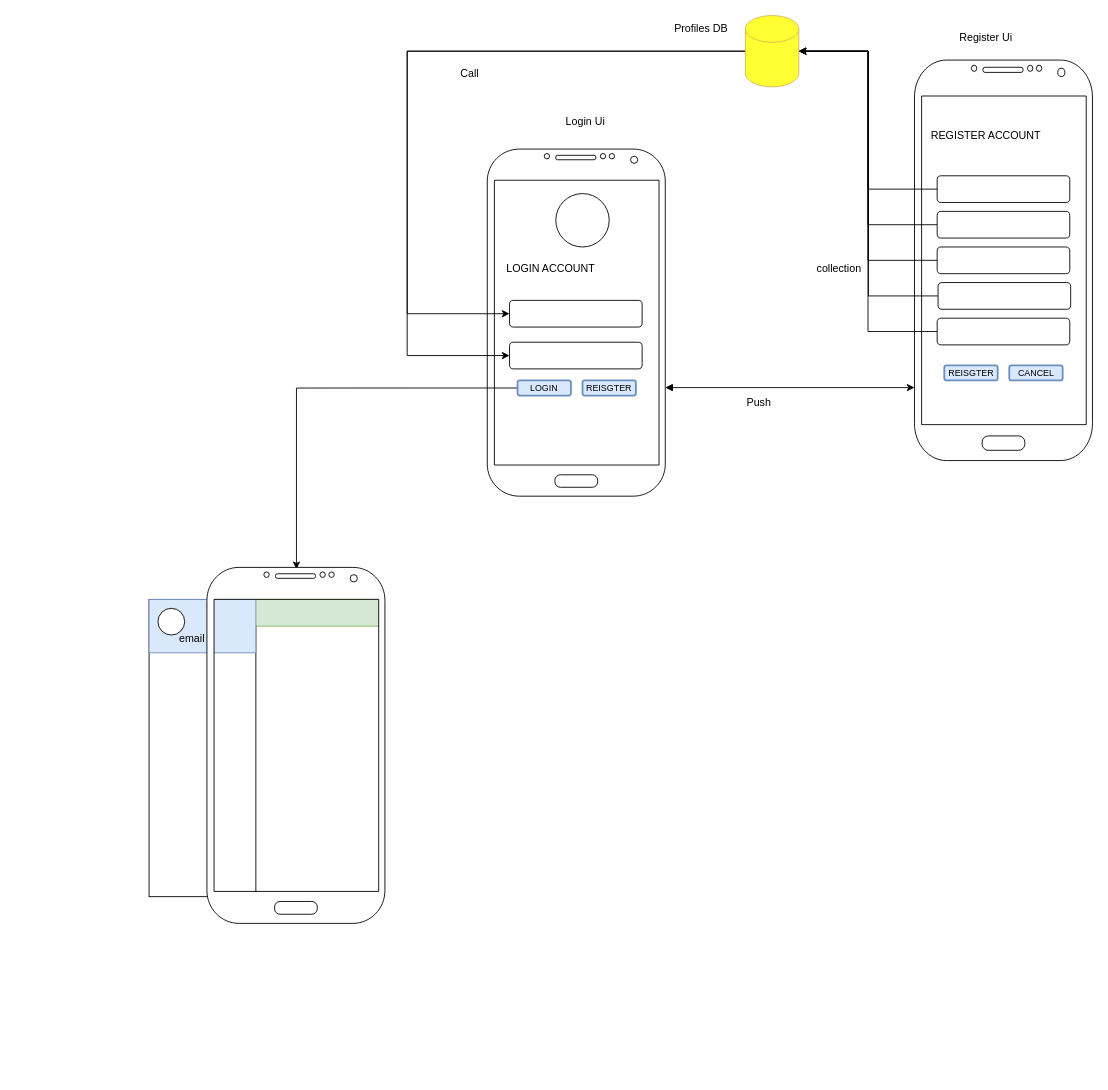
Earlier version of the draw.io diagram Untitled Diagram.drawio (Thongek-wpm/flutter_application_demo). Source tidied: cells renumbered, new cells numbered last; positions are measured from the earlier drawing's top-left corner, leaving out a move shared by most shapes. Both pictures are drawn from the tidied source at 89%, with x=0, y=0 at pixel (149, 15).
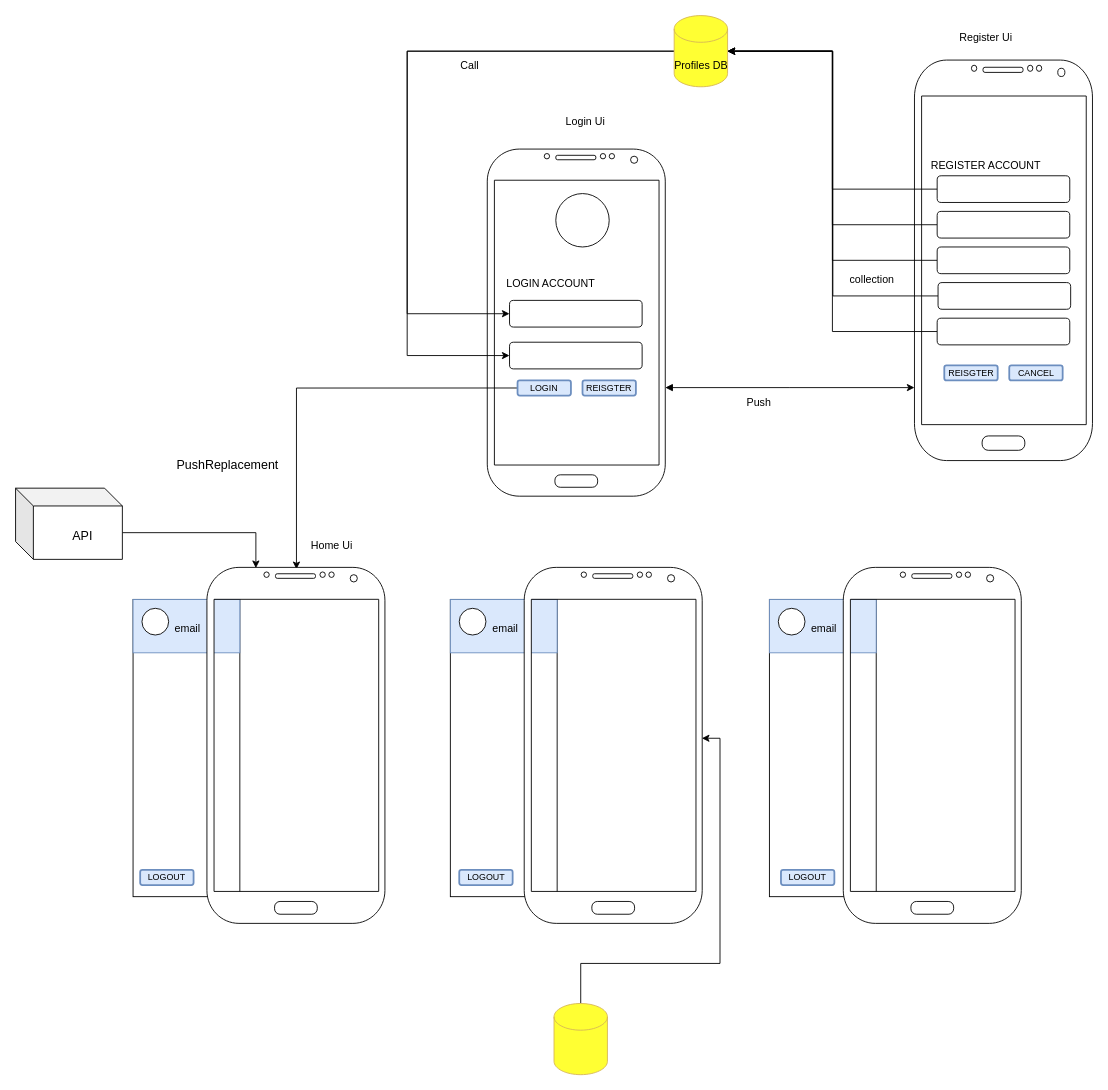
After the change.

Unchanged cells that the change refers to:
```xml
<mxCell id="38" style="verticalLabelPosition=bottom;verticalAlign=top;html=1;shadow=0;dashed=0;strokeWidth=1;shape=mxgraph.android.phone2;strokeColor=#000000;" parent="1" vertex="1">
  <mxGeometry x="65" y="620" width="200" height="400" as="geometry" />
</mxCell>
```

The edit, as a diff of the source:
```diff
@@
     <mxCell id="3" value="LOGIN ACCOUNT&lt;br&gt;" style="text;html=1;align=center;verticalAlign=middle;strokeColor=none;fillColor=none;" parent="1" vertex="1">
-      <mxGeometry x="391" y="270" width="120" height="30" as="geometry" />
+      <mxGeometry x="391" y="286" width="120" height="30" as="geometry" />
     </mxCell>
@@
     <mxCell id="14" style="shape=cylinder3;whiteSpace=wrap;html=1;boundedLbl=1;backgroundOutline=1;size=15;strokeColor=#d6b656;fillColor=#FFFF33;" parent="1" vertex="1">
-      <mxGeometry x="670" width="60" height="80" as="geometry" />
+      <mxGeometry x="590" width="60" height="80" as="geometry" />
     </mxCell>
     <mxCell id="15" value="Profiles DB" style="text;html=1;align=center;verticalAlign=middle;strokeColor=none;fillColor=none;" parent="1" vertex="1">
-      <mxGeometry x="580" width="80" height="30" as="geometry" />
+      <mxGeometry x="580" y="41" width="80" height="30" as="geometry" />
     </mxCell>
@@
     <mxCell id="18" value="Call" style="text;html=1;align=center;verticalAlign=middle;strokeColor=none;fillColor=none;" parent="1" vertex="1">
-      <mxGeometry x="340" y="50" width="40" height="30" as="geometry" />
+      <mxGeometry x="340" y="41" width="40" height="30" as="geometry" />
     </mxCell>
     <mxCell id="19" value="REGISTER ACCOUNT" style="text;html=1;align=center;verticalAlign=middle;strokeColor=none;fillColor=none;" parent="1" vertex="1">
-      <mxGeometry x="865" y="120" width="150" height="30" as="geometry" />
+      <mxGeometry x="865" y="154" width="150" height="30" as="geometry" />
     </mxCell>
@@
     <mxCell id="33" value="&lt;span style=&quot;text-align: start;&quot;&gt;collection&lt;/span&gt;" style="text;html=1;align=center;verticalAlign=middle;strokeColor=none;fillColor=none;" parent="1" vertex="1">
-      <mxGeometry x="740" y="270" width="70" height="30" as="geometry" />
+      <mxGeometry x="777" y="282" width="70" height="30" as="geometry" />
     </mxCell>
     <mxCell id="34" style="rounded=0;whiteSpace=wrap;html=1;labelBackgroundColor=none;fontFamily=Helvetica;" parent="1" vertex="1">
-      <mxGeometry y="656" width="120" height="334" as="geometry" />
+      <mxGeometry x="-18" y="656" width="120" height="334" as="geometry" />
     </mxCell>
-    <mxCell id="35" style="rounded=0;whiteSpace=wrap;html=1;labelBackgroundColor=none;strokeColor=#82b366;fontFamily=Helvetica;fillColor=#d5e8d4;" parent="1" vertex="1">
-      <mxGeometry x="73" y="656" width="187" height="30" as="geometry" />
-    </mxCell>
     <mxCell id="36" style="rounded=0;whiteSpace=wrap;html=1;labelBackgroundColor=none;strokeColor=#6c8ebf;fontFamily=Helvetica;fillColor=#dae8fc;" parent="1" vertex="1">
-      <mxGeometry y="656" width="120" height="60" as="geometry" />
+      <mxGeometry x="-18" y="656" width="120" height="60" as="geometry" />
     </mxCell>
     <mxCell id="37" value="email" style="text;html=1;align=center;verticalAlign=middle;strokeColor=none;fillColor=none;fontFamily=Helvetica;fontColor=#000000;" parent="1" vertex="1">
-      <mxGeometry x="23" y="685" width="50" height="30" as="geometry" />
+      <mxGeometry x="18" y="674" width="50" height="30" as="geometry" />
     </mxCell>
@@
     <mxCell id="39" style="ellipse;whiteSpace=wrap;html=1;labelBackgroundColor=none;fontFamily=Helvetica;" parent="1" vertex="1">
-      <mxGeometry x="10" y="666" width="30" height="30" as="geometry" />
+      <mxGeometry x="-8" y="666" width="30" height="30" as="geometry" />
     </mxCell>
+    <mxCell id="40" value="Home Ui" style="text;html=1;align=center;verticalAlign=middle;strokeColor=none;fillColor=none;fontFamily=Helvetica;fontColor=#000000;" parent="1" vertex="1">
+      <mxGeometry x="170" y="581" width="70" height="30" as="geometry" />
+    </mxCell>
+    <mxCell id="41" value="&lt;span style=&quot;text-align: start;&quot;&gt;&lt;font style=&quot;font-size: 14px;&quot;&gt;PushReplacement&lt;/font&gt;&lt;/span&gt;" style="text;html=1;align=center;verticalAlign=middle;strokeColor=none;fillColor=none;fontFamily=Helvetica;fontColor=#000000;" parent="1" vertex="1">
+      <mxGeometry x="18" y="490" width="140" height="30" as="geometry" />
+    </mxCell>
+    <mxCell id="42" style="rounded=0;whiteSpace=wrap;html=1;labelBackgroundColor=none;fontFamily=Helvetica;" parent="1" vertex="1">
+      <mxGeometry x="338.5" y="656" width="120" height="334" as="geometry" />
+    </mxCell>
+    <mxCell id="43" style="rounded=0;whiteSpace=wrap;html=1;labelBackgroundColor=none;strokeColor=#6c8ebf;fontFamily=Helvetica;fillColor=#dae8fc;" parent="1" vertex="1">
+      <mxGeometry x="338.5" y="656" width="120" height="60" as="geometry" />
+    </mxCell>
+    <mxCell id="44" value="email" style="text;html=1;align=center;verticalAlign=middle;strokeColor=none;fillColor=none;fontFamily=Helvetica;fontColor=#000000;" parent="1" vertex="1">
+      <mxGeometry x="374.5" y="674" width="50" height="30" as="geometry" />
+    </mxCell>
+    <mxCell id="45" style="verticalLabelPosition=bottom;verticalAlign=top;html=1;shadow=0;dashed=0;strokeWidth=1;shape=mxgraph.android.phone2;strokeColor=#000000;" parent="1" vertex="1">
+      <mxGeometry x="421.5" y="620" width="200" height="400" as="geometry" />
+    </mxCell>
+    <mxCell id="46" style="ellipse;whiteSpace=wrap;html=1;labelBackgroundColor=none;fontFamily=Helvetica;" parent="1" vertex="1">
+      <mxGeometry x="348.5" y="666" width="30" height="30" as="geometry" />
+    </mxCell>
+    <mxCell id="47" style="rounded=0;whiteSpace=wrap;html=1;labelBackgroundColor=none;fontFamily=Helvetica;" parent="1" vertex="1">
+      <mxGeometry x="697" y="656" width="120" height="334" as="geometry" />
+    </mxCell>
+    <mxCell id="48" style="rounded=0;whiteSpace=wrap;html=1;labelBackgroundColor=none;strokeColor=#6c8ebf;fontFamily=Helvetica;fillColor=#dae8fc;" parent="1" vertex="1">
+      <mxGeometry x="697" y="656" width="120" height="60" as="geometry" />
+    </mxCell>
+    <mxCell id="49" value="email" style="text;html=1;align=center;verticalAlign=middle;strokeColor=none;fillColor=none;fontFamily=Helvetica;fontColor=#000000;" parent="1" vertex="1">
+      <mxGeometry x="733" y="674" width="50" height="30" as="geometry" />
+    </mxCell>
+    <mxCell id="50" style="verticalLabelPosition=bottom;verticalAlign=top;html=1;shadow=0;dashed=0;strokeWidth=1;shape=mxgraph.android.phone2;strokeColor=#000000;" parent="1" vertex="1">
+      <mxGeometry x="780" y="620" width="200" height="400" as="geometry" />
+    </mxCell>
+    <mxCell id="51" style="ellipse;whiteSpace=wrap;html=1;labelBackgroundColor=none;fontFamily=Helvetica;" parent="1" vertex="1">
+      <mxGeometry x="707" y="666" width="30" height="30" as="geometry" />
+    </mxCell>
+    <mxCell id="52" value="LOGOUT&lt;br&gt;" style="rounded=1;html=1;shadow=0;dashed=0;whiteSpace=wrap;fontSize=10;fillColor=#dae8fc;align=center;strokeColor=#6c8ebf;strokeWidth=2;" parent="1" vertex="1">
+      <mxGeometry x="-10" y="960" width="60" height="16.9" as="geometry" />
+    </mxCell>
+    <mxCell id="53" value="LOGOUT&lt;br&gt;" style="rounded=1;html=1;shadow=0;dashed=0;whiteSpace=wrap;fontSize=10;fillColor=#dae8fc;align=center;strokeColor=#6c8ebf;strokeWidth=2;" parent="1" vertex="1">
+      <mxGeometry x="348.5" y="960" width="60" height="16.9" as="geometry" />
+    </mxCell>
+    <mxCell id="54" value="LOGOUT&lt;br&gt;" style="rounded=1;html=1;shadow=0;dashed=0;whiteSpace=wrap;fontSize=10;fillColor=#dae8fc;align=center;strokeColor=#6c8ebf;strokeWidth=2;" parent="1" vertex="1">
+      <mxGeometry x="710" y="960" width="60" height="16.9" as="geometry" />
+    </mxCell>
+    <mxCell id="55" style="edgeStyle=orthogonalEdgeStyle;rounded=0;jumpStyle=none;jettySize=auto;html=1;exitX=0;exitY=0;exitDx=120;exitDy=50;exitPerimeter=0;entryX=0.275;entryY=0.002;entryDx=0;entryDy=0;entryPerimeter=0;fontFamily=Helvetica;fontSize=14;fontColor=#000000;startArrow=none;startFill=0;endArrow=classic;endFill=1;" parent="1" edge="1" source="56" target="38">
+      <mxGeometry relative="1" as="geometry" />
+    </mxCell>
+    <mxCell id="56" style="shape=cube;whiteSpace=wrap;html=1;boundedLbl=1;backgroundOutline=1;darkOpacity=0.05;darkOpacity2=0.1;labelBackgroundColor=none;fontFamily=Helvetica;fontSize=14;" parent="1" vertex="1">
+      <mxGeometry x="-150" y="531" width="120" height="80" as="geometry" />
+    </mxCell>
+    <mxCell id="57" value="API" style="text;html=1;align=center;verticalAlign=middle;strokeColor=none;fillColor=none;fontSize=14;fontFamily=Helvetica;fontColor=#000000;" parent="1" vertex="1">
+      <mxGeometry x="-100" y="570" width="50" height="30" as="geometry" />
+    </mxCell>
+    <mxCell id="58" style="edgeStyle=orthogonalEdgeStyle;rounded=0;jumpStyle=none;jettySize=auto;html=1;exitX=0.5;exitY=0;exitDx=0;exitDy=0;exitPerimeter=0;entryX=0.998;entryY=0.48;entryDx=0;entryDy=0;entryPerimeter=0;fontFamily=Helvetica;fontSize=14;fontColor=#000000;startArrow=none;startFill=0;endArrow=classic;endFill=1;" parent="1" edge="1" source="59" target="45">
+      <mxGeometry relative="1" as="geometry" />
+    </mxCell>
+    <mxCell id="59" style="shape=cylinder3;whiteSpace=wrap;html=1;boundedLbl=1;backgroundOutline=1;size=15;strokeColor=#d6b656;fillColor=#FFFF33;" parent="1" vertex="1">
+      <mxGeometry x="455" y="1110" width="60" height="80" as="geometry" />
+    </mxCell>
```
